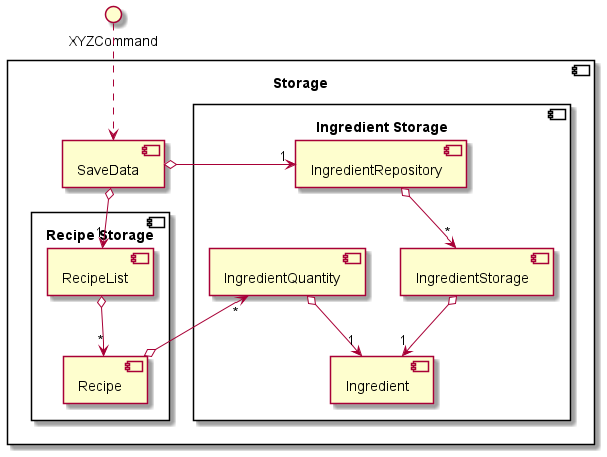
This is docs/diagrams/Storage.png from nus-cs2113-AY2122S1/tp, a PlantUML export, as it was before one commit. Its diagram source:
```plantuml
@startuml


component "Storage" {

    component "Ingredient Storage" {
        [IngredientStorage] o--> "1"[Ingredient]
        [IngredientRepository] o--> "*" [IngredientStorage]
        [IngredientQuantity] o--> "1" [Ingredient]
    }

    component "Recipe Storage" {
        [RecipeList] o--> "*" [Recipe]
        [Recipe] o--> "*" [IngredientQuantity]
    }
    [SaveData] o-l-> "1" [IngredientRepository]
    [SaveData] o-d-> "1" [RecipeList]
}

XYZCommand ..> [SaveData]

@enduml
```
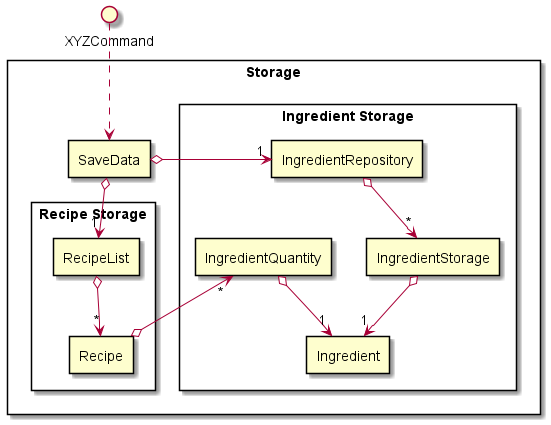
Above is the later version.

The edit, as a diff of the source:
```diff
@@ -1,5 +1,5 @@
 @startuml
-
+!include style.puml
 
 component "Storage" {
 
```
